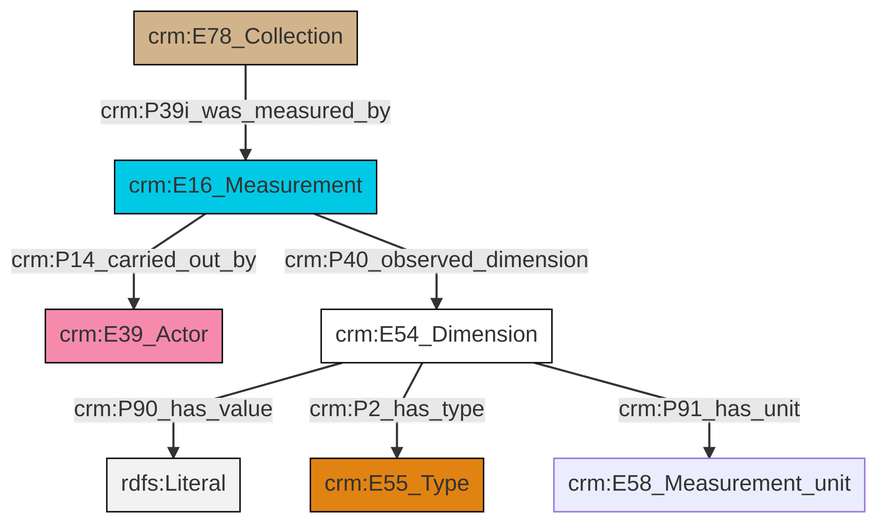
Before: et/archivalCSV/ttl/mmd/png/archival_substance.png, a diagram exported from Mermaid (swiss-art-research-net/docs.swissartresearch). Its source is kept beside it as et/archivalCSV/ttl/mmd/archival_substance.ttl.mmd.
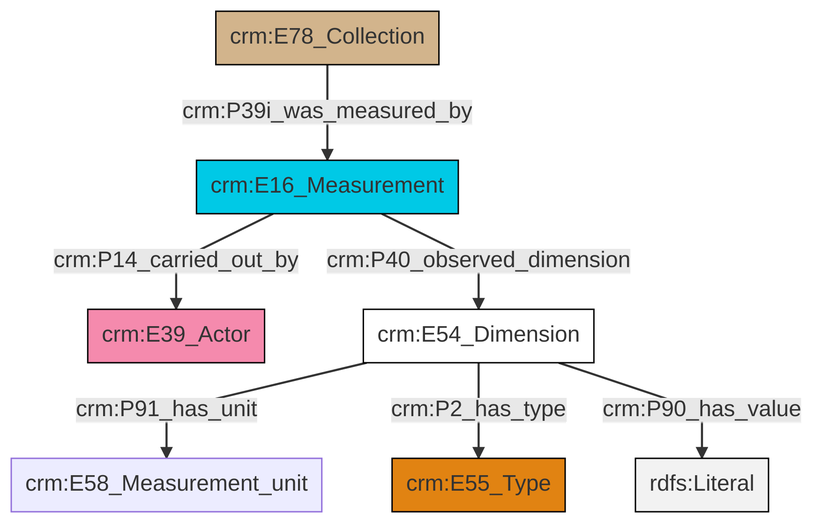
The same diagram one commit later.

Change to the diagram source:
```diff
@@ -13,9 +13,9 @@
 classDef PC_Classes fill:#4ce600, stroke:#000000;
 classDef Multi fill:#cccccc,stroke:#000000;
 
-0["crm:E16_Measurement"]:::Temporal_Entity -->|crm:P14_carried_out_by| 1["crm:E39_Actor"]:::Actor
-0["crm:E16_Measurement"]:::Temporal_Entity -->|crm:P40_observed_dimension| 2["crm:E54_Dimension"]:::CRM_Entity
-6["crm:E78_Collection"]:::Physical_Thing -->|crm:P39i_was_measured_by| 0["crm:E16_Measurement"]:::Temporal_Entity
-2["crm:E54_Dimension"]:::CRM_Entity -->|crm:P90_has_value| 11[rdfs:Literal]:::Literal
-2["crm:E54_Dimension"]:::CRM_Entity -->|crm:P2_has_type| 8["crm:E55_Type"]:::Type
-2["crm:E54_Dimension"]:::CRM_Entity -->|crm:P91_has_unit| 3["crm:E58_Measurement_unit"]:::Default
+2["crm:E78_Collection"]:::Physical_Thing -->|crm:P39i_was_measured_by| 0["crm:E16_Measurement"]:::Temporal_Entity
+7["crm:E54_Dimension"]:::CRM_Entity -->|crm:P91_has_unit| 3["crm:E58_Measurement_unit"]:::Default
+0["crm:E16_Measurement"]:::Temporal_Entity -->|crm:P40_observed_dimension| 7["crm:E54_Dimension"]:::CRM_Entity
+7["crm:E54_Dimension"]:::CRM_Entity -->|crm:P2_has_type| 9["crm:E55_Type"]:::Type
+0["crm:E16_Measurement"]:::Temporal_Entity -->|crm:P14_carried_out_by| 5["crm:E39_Actor"]:::Actor
+7["crm:E54_Dimension"]:::CRM_Entity -->|crm:P90_has_value| 12[rdfs:Literal]:::Literal
```
